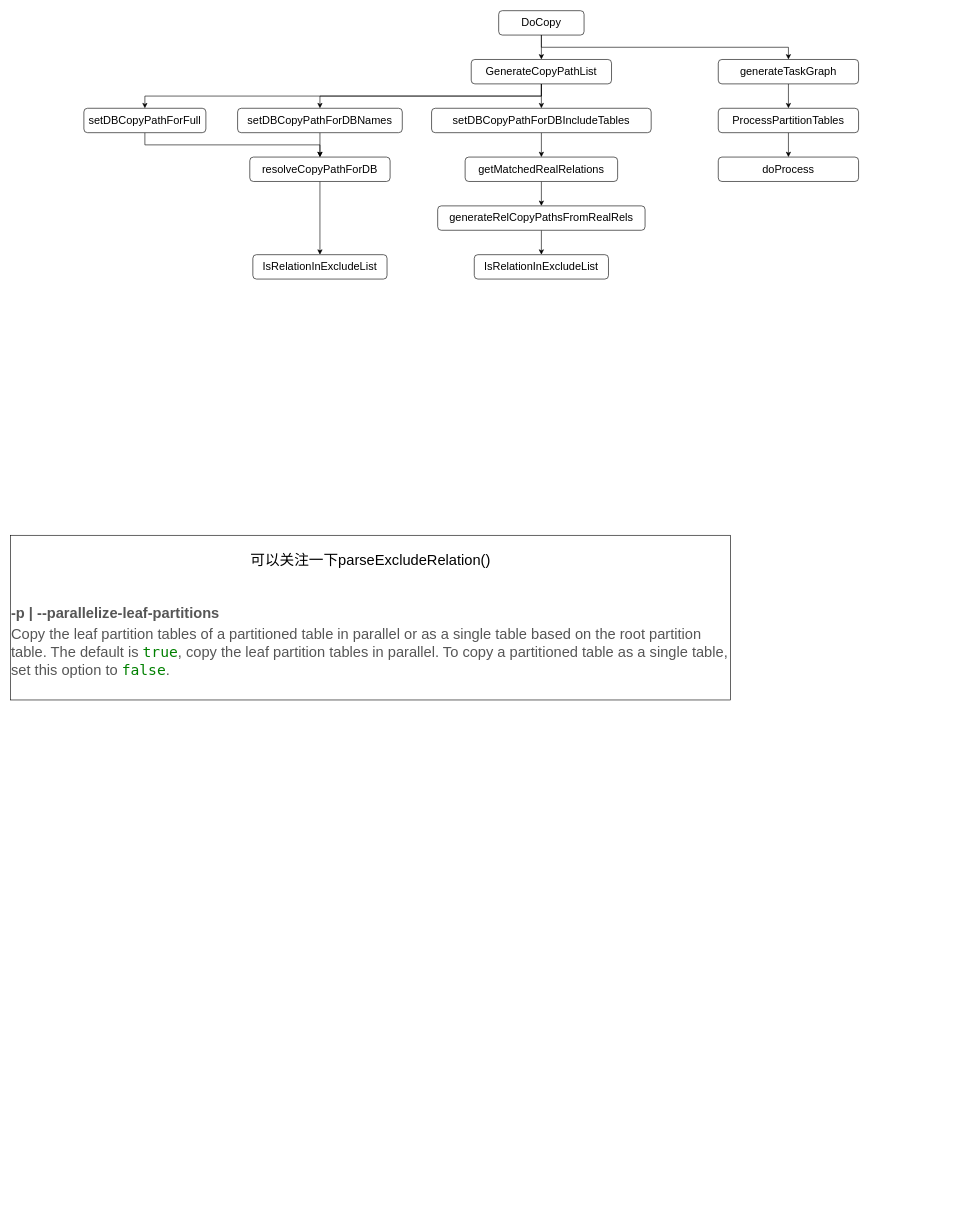
Earlier version of the draw.io diagram page "第 6 页" (6 of 6) of gpcopy.drawio (Terry1504/yongtao_notes). Source tidied: cells renumbered, new cells numbered last; positions are measured from the earlier drawing's top-left corner, leaving out a move shared by most shapes. Both pictures are drawn from the tidied source at 61%, with x=0, y=0 at pixel (10, 10).
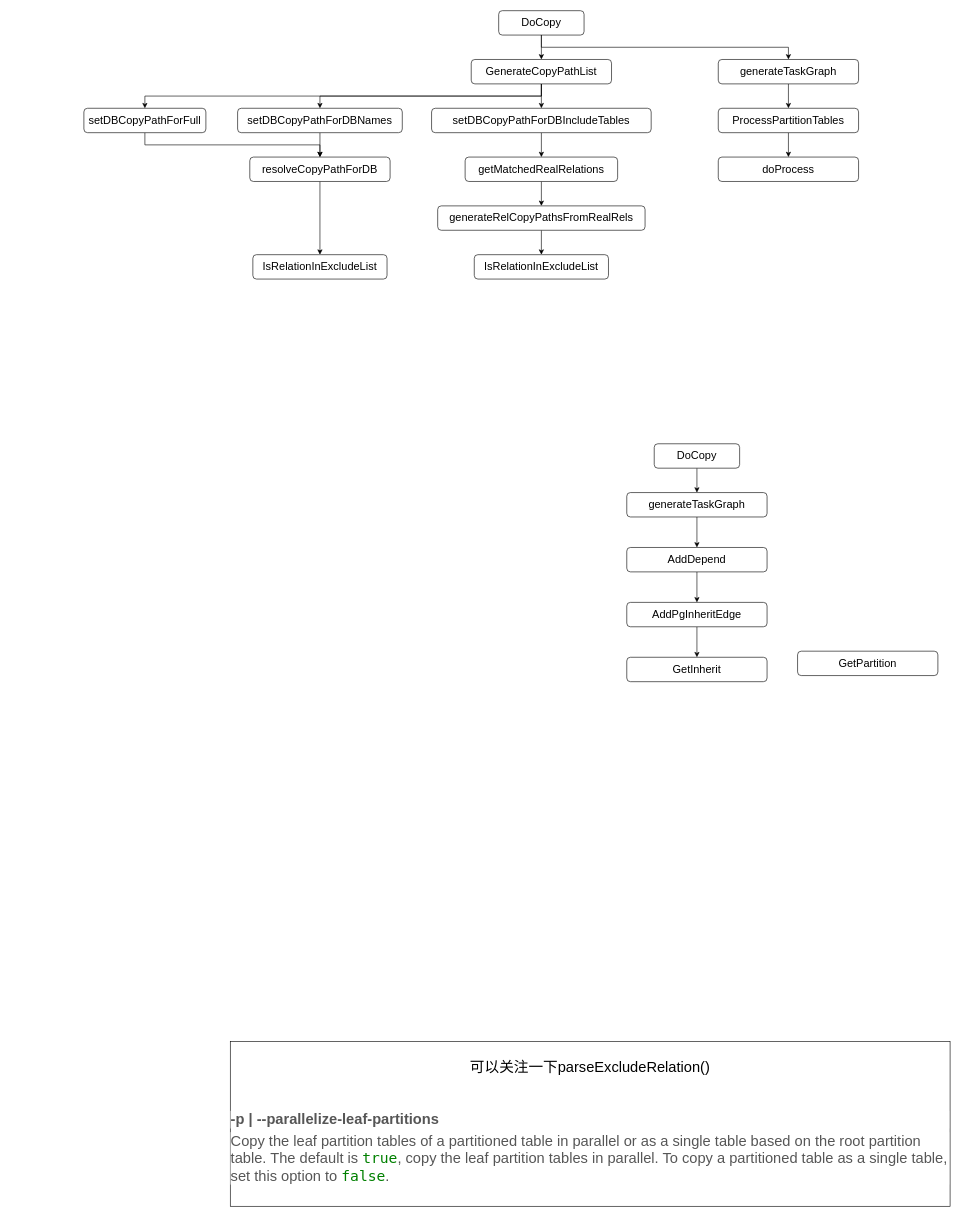
The same page after the edit.

The edit, as a diff of the source:
```diff
@@
     <mxCell id="23" value="&lt;font style=&quot;font-size: 24px;&quot;&gt;可以关注一下parseExcludeRelation()&lt;br&gt;&lt;br&gt;&lt;br&gt;&lt;dt style=&quot;box-sizing: border-box; font-weight: 700; color: rgb(86, 86, 86); font-family: Metropolis; text-align: left; background-color: rgb(255, 255, 255);&quot;&gt;-p | --parallelize-leaf-partitions&lt;/dt&gt;&lt;dd style=&quot;box-sizing: border-box; margin-bottom: 0.5rem; margin-left: 0px; color: rgb(86, 86, 86); font-family: Metropolis; text-align: left; background-color: rgb(255, 255, 255);&quot;&gt;&lt;p style=&quot;box-sizing: border-box; margin-top: 6px; margin-bottom: 6px;&quot;&gt;Copy the leaf partition tables of a partitioned table in parallel or as a single table based on the root partition table. The default is&amp;nbsp;&lt;code style=&quot;box-sizing: border-box; font-family: SFMono-Regular, Menlo, Monaco, Consolas, &amp;quot;Liberation Mono&amp;quot;, &amp;quot;Courier New&amp;quot;, monospace; color: green; overflow-wrap: break-word;&quot;&gt;true&lt;/code&gt;, copy the leaf partition tables in parallel. To copy a partitioned table as a single table, set this option to&amp;nbsp;&lt;code style=&quot;box-sizing: border-box; font-family: SFMono-Regular, Menlo, Monaco, Consolas, &amp;quot;Liberation Mono&amp;quot;, &amp;quot;Courier New&amp;quot;, monospace; color: green; overflow-wrap: break-word;&quot;&gt;false&lt;/code&gt;.&lt;/p&gt;&lt;/dd&gt;&lt;/font&gt;" style="rounded=0;whiteSpace=wrap;html=1;" parent="1" vertex="1">
-      <mxGeometry y="860" width="1180" height="270" as="geometry" />
+      <mxGeometry x="360" y="1690" width="1180" height="270" as="geometry" />
     </mxCell>
@@
+    <mxCell id="29" style="edgeStyle=orthogonalEdgeStyle;rounded=0;jettySize=auto;html=1;exitX=0.5;exitY=1;exitDx=0;exitDy=0;entryX=0.5;entryY=0;entryDx=0;entryDy=0;" parent="1" edge="1" source="30" target="34">
+      <mxGeometry relative="1" as="geometry" />
+    </mxCell>
+    <mxCell id="30" value="&lt;font style=&quot;font-size: 18px;&quot;&gt;generateTaskGraph&lt;/font&gt;" style="rounded=1;whiteSpace=wrap;html=1;" parent="1" vertex="1">
+      <mxGeometry x="1010" y="790" width="230" height="40" as="geometry" />
+    </mxCell>
+    <mxCell id="31" style="edgeStyle=orthogonalEdgeStyle;rounded=0;jettySize=auto;html=1;exitX=0.5;exitY=1;exitDx=0;exitDy=0;entryX=0.5;entryY=0;entryDx=0;entryDy=0;" parent="1" edge="1" source="32" target="30">
+      <mxGeometry relative="1" as="geometry" />
+    </mxCell>
+    <mxCell id="32" value="&lt;font style=&quot;font-size: 18px;&quot;&gt;DoCopy&lt;/font&gt;" style="rounded=1;whiteSpace=wrap;html=1;" parent="1" vertex="1">
+      <mxGeometry x="1055" y="710" width="140" height="40" as="geometry" />
+    </mxCell>
+    <mxCell id="33" style="edgeStyle=orthogonalEdgeStyle;rounded=0;jettySize=auto;html=1;exitX=0.5;exitY=1;exitDx=0;exitDy=0;entryX=0.5;entryY=0;entryDx=0;entryDy=0;" parent="1" edge="1" source="34" target="36">
+      <mxGeometry relative="1" as="geometry" />
+    </mxCell>
+    <mxCell id="34" value="&lt;font style=&quot;font-size: 18px;&quot;&gt;AddDepend&lt;/font&gt;" style="rounded=1;whiteSpace=wrap;html=1;" parent="1" vertex="1">
+      <mxGeometry x="1010" y="880" width="230" height="40" as="geometry" />
+    </mxCell>
+    <mxCell id="35" style="edgeStyle=orthogonalEdgeStyle;rounded=0;jettySize=auto;html=1;exitX=0.5;exitY=1;exitDx=0;exitDy=0;entryX=0.5;entryY=0;entryDx=0;entryDy=0;" parent="1" edge="1" source="36" target="37">
+      <mxGeometry relative="1" as="geometry" />
+    </mxCell>
+    <mxCell id="36" value="&lt;font style=&quot;font-size: 18px;&quot;&gt;AddPgInheritEdge&lt;/font&gt;" style="rounded=1;whiteSpace=wrap;html=1;" parent="1" vertex="1">
+      <mxGeometry x="1010" y="970" width="230" height="40" as="geometry" />
+    </mxCell>
+    <mxCell id="37" value="&lt;font style=&quot;font-size: 18px;&quot;&gt;GetInherit&lt;/font&gt;" style="rounded=1;whiteSpace=wrap;html=1;" parent="1" vertex="1">
+      <mxGeometry x="1010" y="1060" width="230" height="40" as="geometry" />
+    </mxCell>
+    <mxCell id="38" value="&lt;font style=&quot;font-size: 18px;&quot;&gt;GetPartition&lt;/font&gt;" style="rounded=1;whiteSpace=wrap;html=1;" parent="1" vertex="1">
+      <mxGeometry x="1290" y="1050" width="230" height="40" as="geometry" />
+    </mxCell>
```
